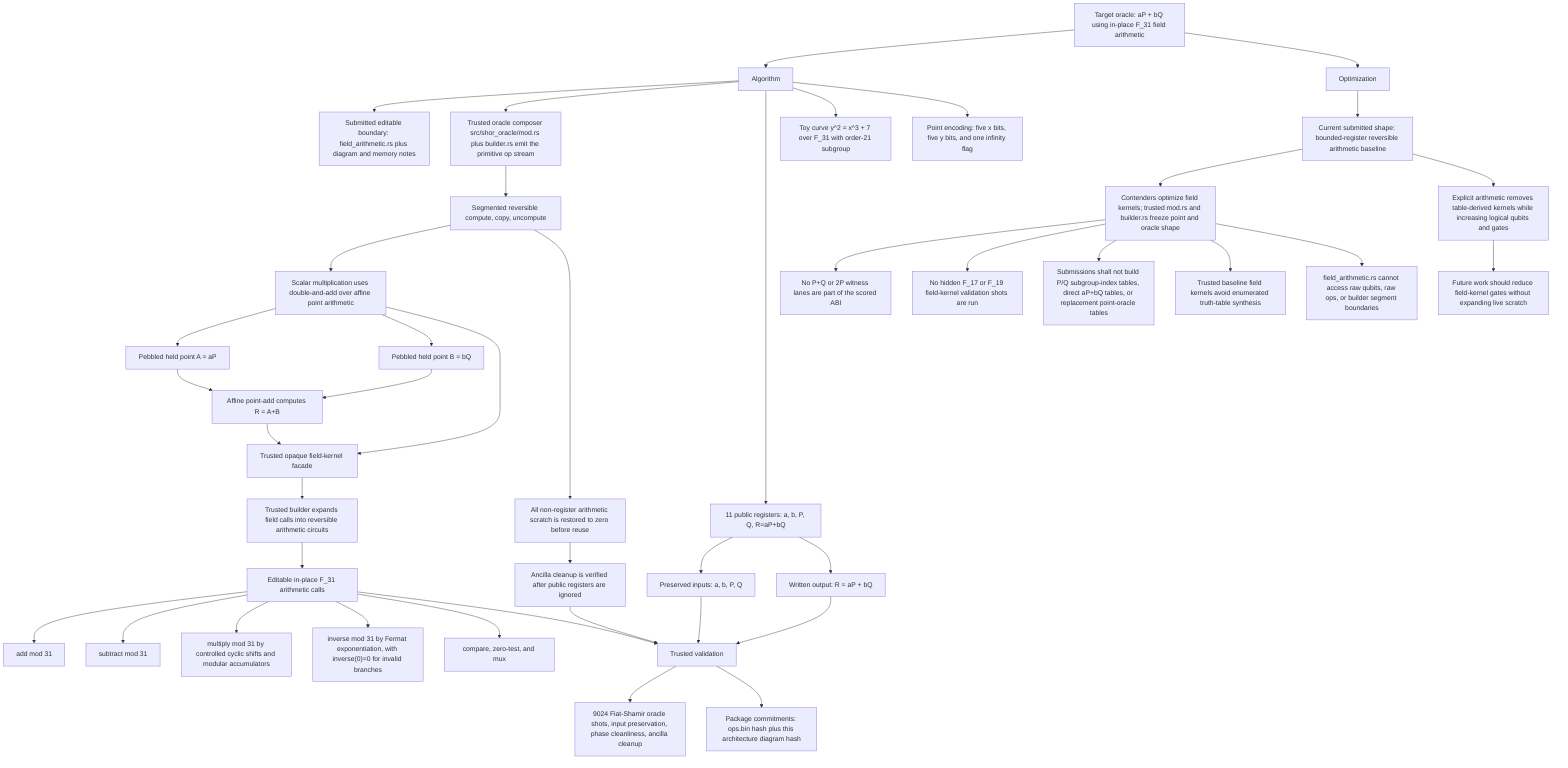
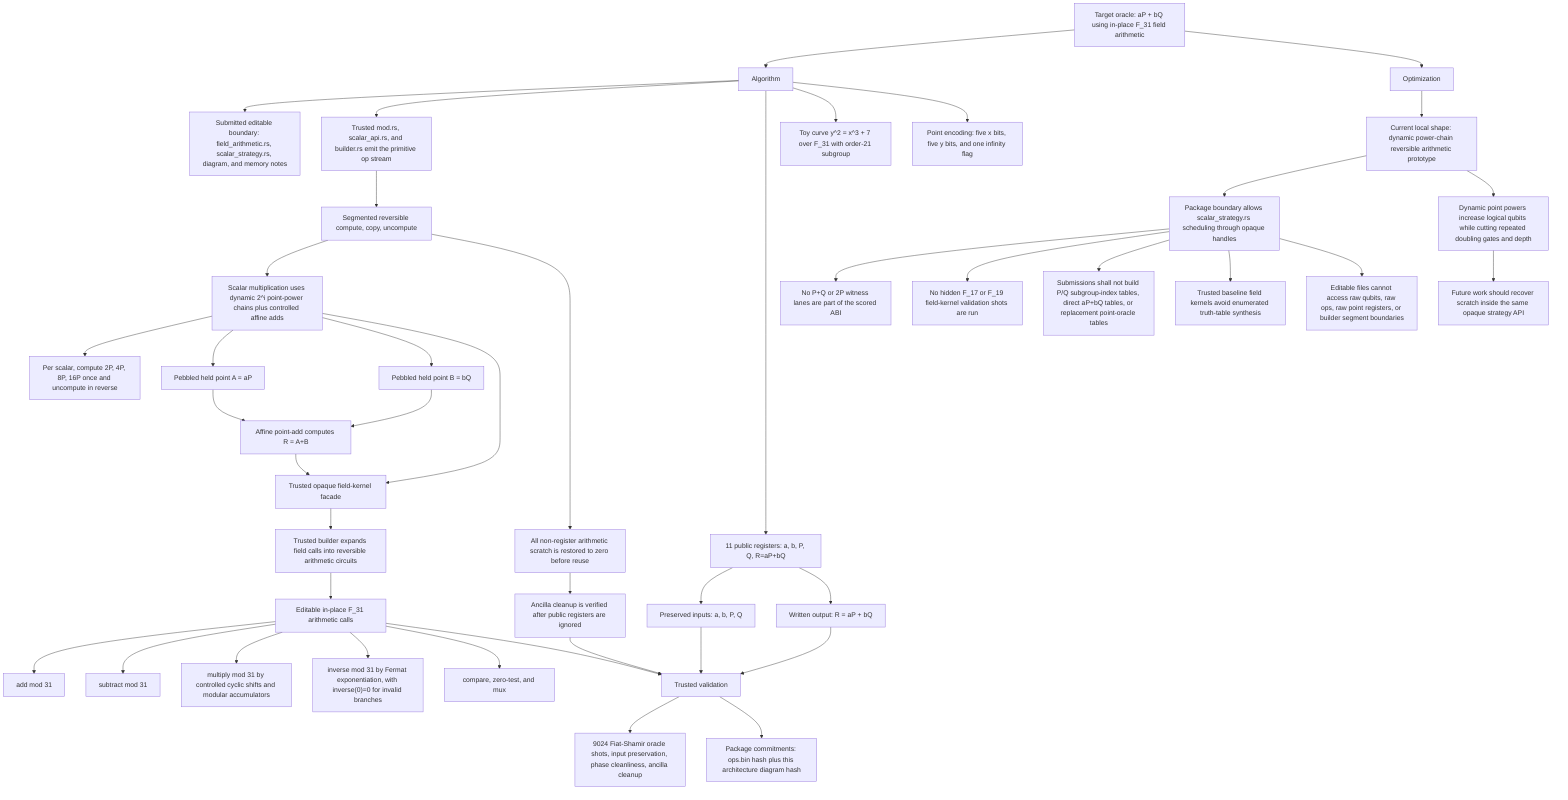
flowchart TD
  Target["Target oracle: aP + bQ using in-place F_31 field arithmetic"]
  Algorithm["Algorithm"]
  Optimization["Optimization"]

  Target --> Algorithm
  Target --> Optimization

-   Algorithm --> Boundary["Submitted editable boundary: field_arithmetic.rs plus diagram and memory notes"]
-   Algorithm --> Build["Trusted oracle composer src/shor_oracle/mod.rs plus builder.rs emit the primitive op stream"]
+   Algorithm --> Boundary["Submitted editable boundary: field_arithmetic.rs, scalar_strategy.rs, diagram, and memory notes"]
+   Algorithm --> Build["Trusted mod.rs, scalar_api.rs, and builder.rs emit the primitive op stream"]
  Algorithm --> Registers["11 public registers: a, b, P, Q, R=aP+bQ"]
  Algorithm --> Curve["Toy curve y^2 = x^3 + 7 over F_31 with order-21 subgroup"]
  Algorithm --> Encoding["Point encoding: five x bits, five y bits, and one infinity flag"]

  Registers --> Preserve["Preserved inputs: a, b, P, Q"]
  Registers --> Outputs["Written output: R = aP + bQ"]

  Build --> Segment["Segmented reversible compute, copy, uncompute"]
-   Segment --> ScalarPoint["Scalar multiplication uses double-and-add over affine point arithmetic"]
+   Segment --> ScalarPoint["Scalar multiplication uses dynamic 2^i point-power chains plus controlled affine adds"]
+   ScalarPoint --> PowerChain["Per scalar, compute 2P, 4P, 8P, 16P once and uncompute in reverse"]
  ScalarPoint --> ScalarA["Pebbled held point A = aP"]
  ScalarPoint --> ScalarB["Pebbled held point B = bQ"]
  ScalarA --> PointAdd["Affine point-add computes R = A+B"]
  ScalarB --> PointAdd

  PointAdd --> FieldFacade["Trusted opaque field-kernel facade"]
  FieldFacade --> BuilderCircuits["Trusted builder expands field calls into reversible arithmetic circuits"]
  BuilderCircuits --> FieldArithmetic["Editable in-place F_31 arithmetic calls"]
  ScalarPoint --> FieldFacade
  FieldArithmetic --> FieldAdd["add mod 31"]
  FieldArithmetic --> FieldSub["subtract mod 31"]
  FieldArithmetic --> FieldMul["multiply mod 31 by controlled cyclic shifts and modular accumulators"]
  FieldArithmetic --> FieldInv["inverse mod 31 by Fermat exponentiation, with inverse(0)=0 for invalid branches"]
  FieldArithmetic --> FieldMux["compare, zero-test, and mux"]

  Segment --> Cleanup["All non-register arithmetic scratch is restored to zero before reuse"]
  Cleanup --> Ancilla["Ancilla cleanup is verified after public registers are ignored"]

-   Optimization --> CurrentShape["Current submitted shape: bounded-register reversible arithmetic baseline"]
-   CurrentShape --> Contract["Contenders optimize field kernels; trusted mod.rs and builder.rs freeze point and oracle shape"]
+   Optimization --> CurrentShape["Current local shape: dynamic power-chain reversible arithmetic prototype"]
+   CurrentShape --> Contract["Package boundary allows scalar_strategy.rs scheduling through opaque handles"]
  Contract --> NoPublicWitness["No P+Q or 2P witness lanes are part of the scored ABI"]
  Contract --> NoHiddenWitness["No hidden F_17 or F_19 field-kernel validation shots are run"]
  Contract --> NoLookupTables["Submissions shall not build P/Q subgroup-index tables, direct aP+bQ tables, or replacement point-oracle tables"]
  Contract --> NoFieldTruthTables["Trusted baseline field kernels avoid enumerated truth-table synthesis"]
-   Contract --> NoRawBuilder["field_arithmetic.rs cannot access raw qubits, raw ops, or builder segment boundaries"]
-   CurrentShape --> Tradeoff["Explicit arithmetic removes table-derived kernels while increasing logical qubits and gates"]
-   Tradeoff --> ReplaceLater["Future work should reduce field-kernel gates without expanding live scratch"]
+   Contract --> NoRawBuilder["Editable files cannot access raw qubits, raw ops, raw point registers, or builder segment boundaries"]
+   CurrentShape --> Tradeoff["Dynamic point powers increase logical qubits while cutting repeated doubling gates and depth"]
+   Tradeoff --> ReplaceLater["Future work should recover scratch inside the same opaque strategy API"]

  Preserve --> Validation["Trusted validation"]
  Outputs --> Validation
  FieldArithmetic --> Validation
  Ancilla --> Validation
  Validation --> Checks["9024 Fiat-Shamir oracle shots, input preservation, phase cleanliness, ancilla cleanup"]
  Validation --> Commitments["Package commitments: ops.bin hash plus this architecture diagram hash"]
